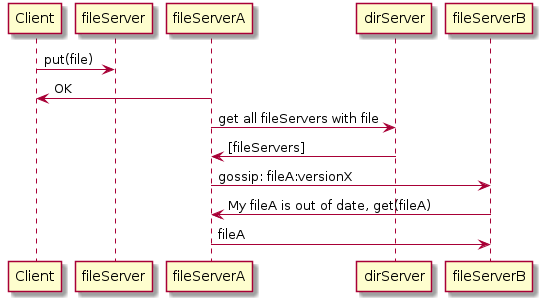
Earlier version of the PlantUML export report/replication.png (KillianDavitt/CS4032-DistributedFileSystem).
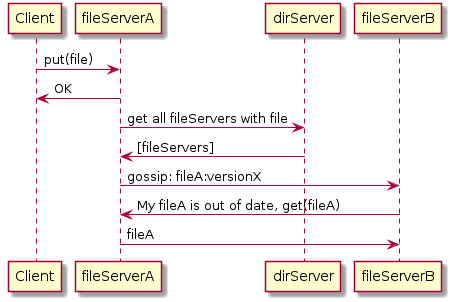
Above is the later version.

Commit message:
Fixed error with replication image

Diff of the diagram source:
```diff
@@ -1,5 +1,5 @@
 @startuml
-Client -> fileServer: put(file)
+Client -> fileServerA: put(file)
 fileServerA -> Client: OK
 fileServerA -> dirServer: get all fileServers with file
 dirServer -> fileServerA: [fileServers]
```
